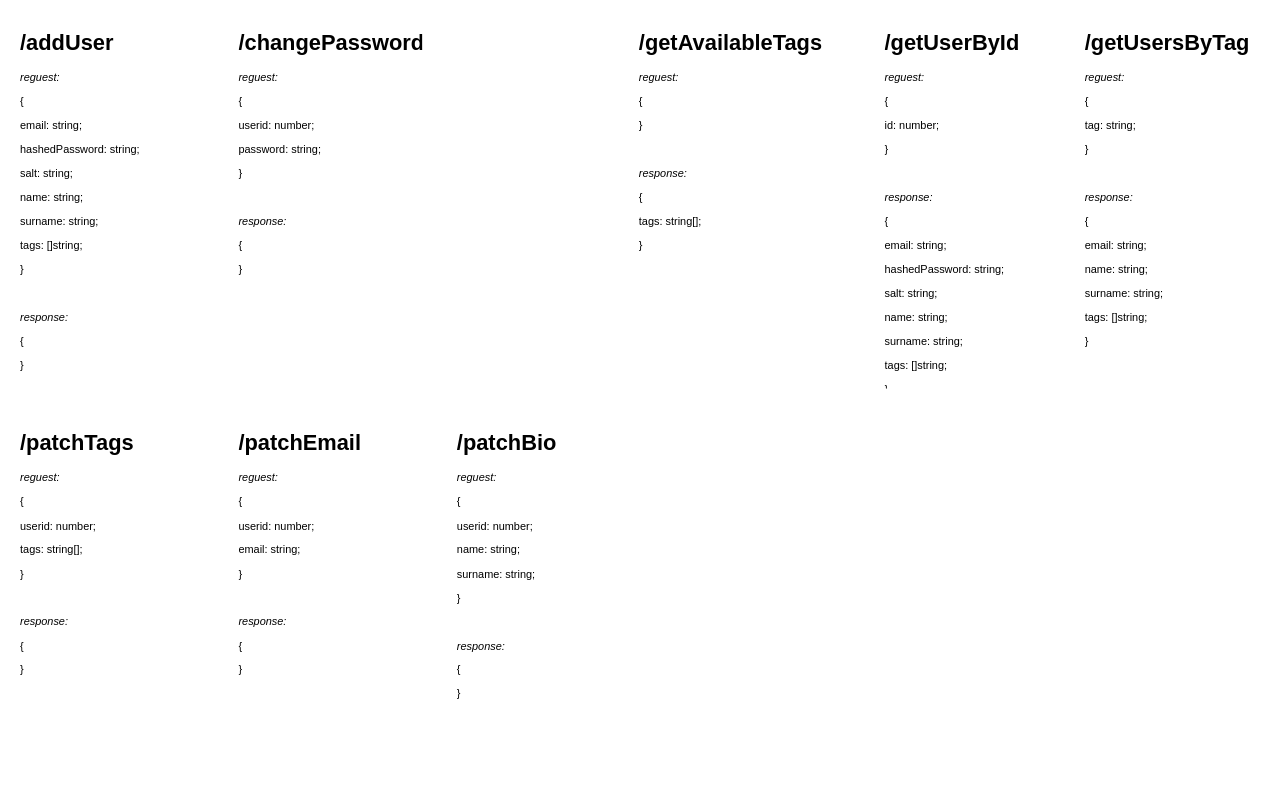
Earlier version of the draw.io diagram page "UserService" (3 of 5) of news-alert-architecture.drawio (ythosa/habranews). Source tidied: cells renumbered, new cells numbered last; positions are measured from the earlier drawing's top-left corner, leaving out a move shared by most shapes. Both pictures are drawn from the tidied source at 91%, with x=0, y=0 at pixel (15, 25).
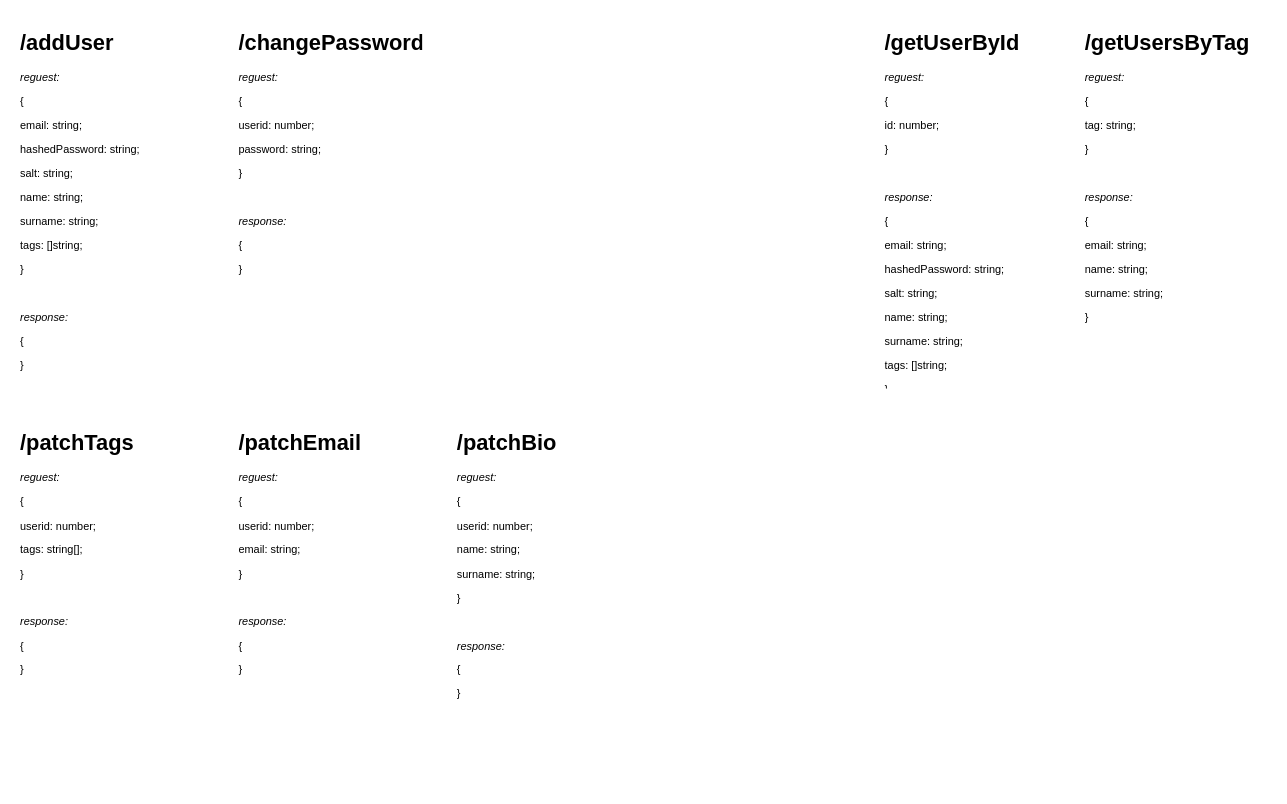
Above is the later version.

What changed in the source:
```diff
@@
 <mxGraphModel>
   <root>
     <mxCell id="0" />
     <mxCell id="1" parent="0" />
     <mxCell id="2" value="&lt;h1&gt;/patchTags&lt;/h1&gt;&lt;div&gt;&lt;i&gt;reguest:&lt;/i&gt;&lt;/div&gt;&lt;p&gt;{&amp;nbsp;&lt;/p&gt;&lt;p&gt;userid: number;&lt;/p&gt;&lt;p&gt;tags: string[];&lt;/p&gt;&lt;p&gt;&lt;span&gt;}&lt;/span&gt;&lt;br&gt;&lt;/p&gt;&lt;p&gt;&lt;br&gt;&lt;/p&gt;&lt;p&gt;&lt;i&gt;response:&amp;nbsp;&lt;/i&gt;&lt;/p&gt;&lt;p&gt;{&lt;/p&gt;&lt;p&gt;}&lt;/p&gt;" style="text;html=1;strokeColor=none;fillColor=none;spacing=5;spacingTop=-20;whiteSpace=wrap;overflow=hidden;rounded=0;" parent="1" vertex="1">
       <mxGeometry y="440" width="200" height="400" as="geometry" />
     </mxCell>
     <mxCell id="3" value="&lt;h1&gt;/patchEmail&lt;/h1&gt;&lt;div&gt;&lt;i&gt;reguest:&lt;/i&gt;&lt;br&gt;&lt;/div&gt;&lt;p&gt;{&amp;nbsp;&lt;/p&gt;&lt;p&gt;userid: number;&lt;/p&gt;&lt;p&gt;email: string;&lt;/p&gt;&lt;p&gt;&lt;span&gt;}&lt;/span&gt;&lt;br&gt;&lt;/p&gt;&lt;p&gt;&lt;br&gt;&lt;/p&gt;&lt;p&gt;&lt;i&gt;response:&amp;nbsp;&lt;/i&gt;&lt;/p&gt;&lt;p&gt;{&lt;/p&gt;&lt;p&gt;}&lt;/p&gt;" style="text;html=1;strokeColor=none;fillColor=none;spacing=5;spacingTop=-20;whiteSpace=wrap;overflow=hidden;rounded=0;" parent="1" vertex="1">
       <mxGeometry x="240" y="440" width="200" height="400" as="geometry" />
     </mxCell>
     <mxCell id="4" value="&lt;h1&gt;/patchBio&lt;/h1&gt;&lt;div&gt;&lt;i&gt;reguest:&lt;/i&gt;&lt;br&gt;&lt;/div&gt;&lt;p&gt;{&amp;nbsp;&lt;/p&gt;&lt;p&gt;userid: number;&lt;/p&gt;&lt;p&gt;name: string;&lt;/p&gt;&lt;p&gt;surname: string;&lt;/p&gt;&lt;p&gt;&lt;span&gt;}&lt;/span&gt;&lt;br&gt;&lt;/p&gt;&lt;p&gt;&lt;br&gt;&lt;/p&gt;&lt;p&gt;&lt;i&gt;response:&amp;nbsp;&lt;/i&gt;&lt;/p&gt;&lt;p&gt;{&lt;/p&gt;&lt;p&gt;}&lt;/p&gt;" style="text;html=1;strokeColor=none;fillColor=none;spacing=5;spacingTop=-20;whiteSpace=wrap;overflow=hidden;rounded=0;" parent="1" vertex="1">
       <mxGeometry x="480" y="440" width="200" height="400" as="geometry" />
     </mxCell>
     <mxCell id="5" value="&lt;h1&gt;/changePassword&lt;/h1&gt;&lt;div&gt;&lt;i&gt;reguest:&lt;/i&gt;&lt;br&gt;&lt;/div&gt;&lt;p&gt;{&amp;nbsp;&lt;/p&gt;&lt;p&gt;userid: number;&lt;/p&gt;&lt;p&gt;password: string;&lt;/p&gt;&lt;p&gt;&lt;span&gt;}&lt;/span&gt;&lt;br&gt;&lt;/p&gt;&lt;p&gt;&lt;br&gt;&lt;/p&gt;&lt;p&gt;&lt;i&gt;response:&amp;nbsp;&lt;/i&gt;&lt;/p&gt;&lt;p&gt;{&lt;/p&gt;&lt;p&gt;}&lt;/p&gt;" style="text;html=1;strokeColor=none;fillColor=none;spacing=5;spacingTop=-20;whiteSpace=wrap;overflow=hidden;rounded=0;" parent="1" vertex="1">
       <mxGeometry x="240" width="210" height="400" as="geometry" />
     </mxCell>
     <mxCell id="6" value="&lt;h1&gt;/addUser&lt;/h1&gt;&lt;div&gt;&lt;i&gt;reguest:&lt;/i&gt;&lt;/div&gt;&lt;p&gt;{&amp;nbsp;&lt;/p&gt;&lt;p&gt;&lt;span&gt;email: string;&lt;/span&gt;&lt;/p&gt;&lt;p&gt;&lt;span&gt;hashedPassword: string;&lt;/span&gt;&lt;/p&gt;&lt;p&gt;&lt;span&gt;salt: string;&lt;/span&gt;&lt;/p&gt;&lt;p&gt;name: string;&lt;/p&gt;&lt;p&gt;surname: string;&lt;/p&gt;&lt;p&gt;tags: []string;&lt;/p&gt;&lt;p&gt;&lt;span&gt;}&lt;/span&gt;&lt;br&gt;&lt;/p&gt;&lt;p&gt;&lt;br&gt;&lt;/p&gt;&lt;p&gt;&lt;i&gt;response:&amp;nbsp;&lt;/i&gt;&lt;/p&gt;&lt;p&gt;{&lt;/p&gt;&lt;p&gt;}&lt;/p&gt;" style="text;html=1;strokeColor=none;fillColor=none;spacing=5;spacingTop=-20;whiteSpace=wrap;overflow=hidden;rounded=0;" parent="1" vertex="1">
       <mxGeometry width="200" height="400" as="geometry" />
     </mxCell>
-    <mxCell id="7" value="&lt;h1&gt;/getAvailableTags&lt;/h1&gt;&lt;div&gt;&lt;i&gt;reguest:&lt;/i&gt;&lt;br&gt;&lt;/div&gt;&lt;p&gt;{&amp;nbsp;&lt;/p&gt;&lt;p&gt;&lt;span&gt;}&lt;/span&gt;&lt;br&gt;&lt;/p&gt;&lt;p&gt;&lt;br&gt;&lt;/p&gt;&lt;p&gt;&lt;i&gt;response:&amp;nbsp;&lt;/i&gt;&lt;/p&gt;&lt;p&gt;{&lt;/p&gt;&lt;p&gt;tags: string[];&lt;/p&gt;&lt;p&gt;}&lt;/p&gt;" style="text;html=1;strokeColor=none;fillColor=none;spacing=5;spacingTop=-20;whiteSpace=wrap;overflow=hidden;rounded=0;" parent="1" vertex="1">
-      <mxGeometry x="680" width="210" height="400" as="geometry" />
-    </mxCell>
     <mxCell id="8" value="&lt;h1&gt;/getUserById&lt;/h1&gt;&lt;div&gt;&lt;i&gt;reguest:&lt;/i&gt;&lt;br&gt;&lt;/div&gt;&lt;p&gt;{&amp;nbsp;&lt;/p&gt;&lt;p&gt;id: number;&lt;/p&gt;&lt;p&gt;&lt;span&gt;}&lt;/span&gt;&lt;br&gt;&lt;/p&gt;&lt;p&gt;&lt;br&gt;&lt;/p&gt;&lt;p&gt;&lt;i&gt;response:&amp;nbsp;&lt;/i&gt;&lt;/p&gt;&lt;p&gt;{&lt;/p&gt;&lt;p&gt;&lt;span&gt;email: string;&lt;/span&gt;&lt;/p&gt;&lt;p&gt;&lt;span&gt;hashedPassword: string;&lt;/span&gt;&lt;/p&gt;&lt;p&gt;&lt;span&gt;salt: string;&lt;/span&gt;&lt;/p&gt;&lt;p&gt;&lt;span&gt;name: string;&lt;/span&gt;&lt;/p&gt;&lt;p&gt;&lt;span&gt;surname: string;&lt;/span&gt;&lt;/p&gt;&lt;p&gt;&lt;span&gt;tags: []string;&lt;/span&gt;&lt;/p&gt;&lt;p&gt;&lt;span&gt;}&lt;/span&gt;&lt;br&gt;&lt;/p&gt;" style="text;html=1;strokeColor=none;fillColor=none;spacing=5;spacingTop=-20;whiteSpace=wrap;overflow=hidden;rounded=0;" parent="1" vertex="1">
       <mxGeometry x="950" width="210" height="400" as="geometry" />
     </mxCell>
-    <mxCell id="9" value="&lt;h1&gt;/getUsersByTag&lt;/h1&gt;&lt;div&gt;&lt;i&gt;reguest:&lt;/i&gt;&lt;br&gt;&lt;/div&gt;&lt;p&gt;{&amp;nbsp;&lt;/p&gt;&lt;p&gt;tag: string;&lt;/p&gt;&lt;p&gt;&lt;span&gt;}&lt;/span&gt;&lt;br&gt;&lt;/p&gt;&lt;p&gt;&lt;br&gt;&lt;/p&gt;&lt;p&gt;&lt;i&gt;response:&amp;nbsp;&lt;/i&gt;&lt;/p&gt;&lt;p&gt;{&lt;/p&gt;&lt;p&gt;&lt;span&gt;email: string;&lt;/span&gt;&lt;/p&gt;&lt;p&gt;&lt;span&gt;name: string;&lt;/span&gt;&lt;br&gt;&lt;/p&gt;&lt;p&gt;&lt;span&gt;surname: string;&lt;/span&gt;&lt;/p&gt;&lt;p&gt;&lt;span&gt;tags: []string;&lt;/span&gt;&lt;/p&gt;&lt;p&gt;&lt;span&gt;}&lt;/span&gt;&lt;br&gt;&lt;/p&gt;" style="text;html=1;strokeColor=none;fillColor=none;spacing=5;spacingTop=-20;whiteSpace=wrap;overflow=hidden;rounded=0;" parent="1" vertex="1">
+    <mxCell id="9" value="&lt;h1&gt;/getUsersByTag&lt;/h1&gt;&lt;div&gt;&lt;i&gt;reguest:&lt;/i&gt;&lt;br&gt;&lt;/div&gt;&lt;p&gt;{&amp;nbsp;&lt;/p&gt;&lt;p&gt;tag: string;&lt;/p&gt;&lt;p&gt;&lt;span&gt;}&lt;/span&gt;&lt;br&gt;&lt;/p&gt;&lt;p&gt;&lt;br&gt;&lt;/p&gt;&lt;p&gt;&lt;i&gt;response:&amp;nbsp;&lt;/i&gt;&lt;/p&gt;&lt;p&gt;{&lt;/p&gt;&lt;p&gt;&lt;span&gt;email: string;&lt;/span&gt;&lt;/p&gt;&lt;p&gt;&lt;span&gt;name: string;&lt;/span&gt;&lt;br&gt;&lt;/p&gt;&lt;p&gt;&lt;span&gt;surname: string;&lt;/span&gt;&lt;/p&gt;&lt;p&gt;&lt;span&gt;}&lt;/span&gt;&lt;br&gt;&lt;/p&gt;" style="text;html=1;strokeColor=none;fillColor=none;spacing=5;spacingTop=-20;whiteSpace=wrap;overflow=hidden;rounded=0;" parent="1" vertex="1">
       <mxGeometry x="1170" width="210" height="400" as="geometry" />
     </mxCell>
   </root>
 </mxGraphModel>
```
